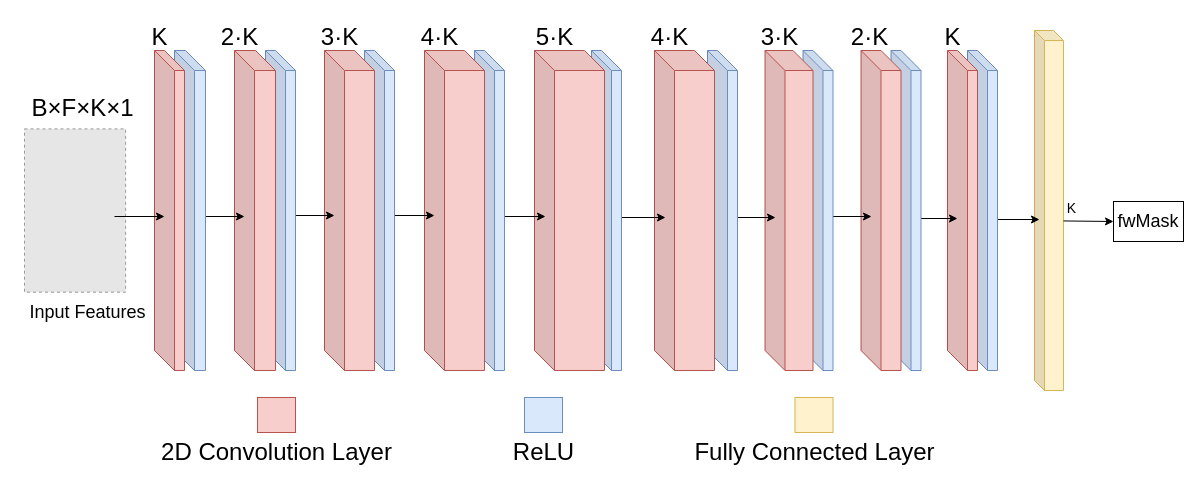
Earlier version of the draw.io diagram page "第 1 页" (1 of 2) of model/未命名绘图.drawio (linan2/A-Convolutional-Recurrent-Neural-Network-for-Real-Time-Speech-Enhancement). Source tidied: cells renumbered, new cells numbered last; positions are measured from the earlier drawing's top-left corner, leaving out a move shared by most shapes. Both pictures are drawn from the tidied source at 100%, with x=0, y=0 at pixel (17, 17). Pictures stored in the file or linked from it are replaced by grey dashed boxes.
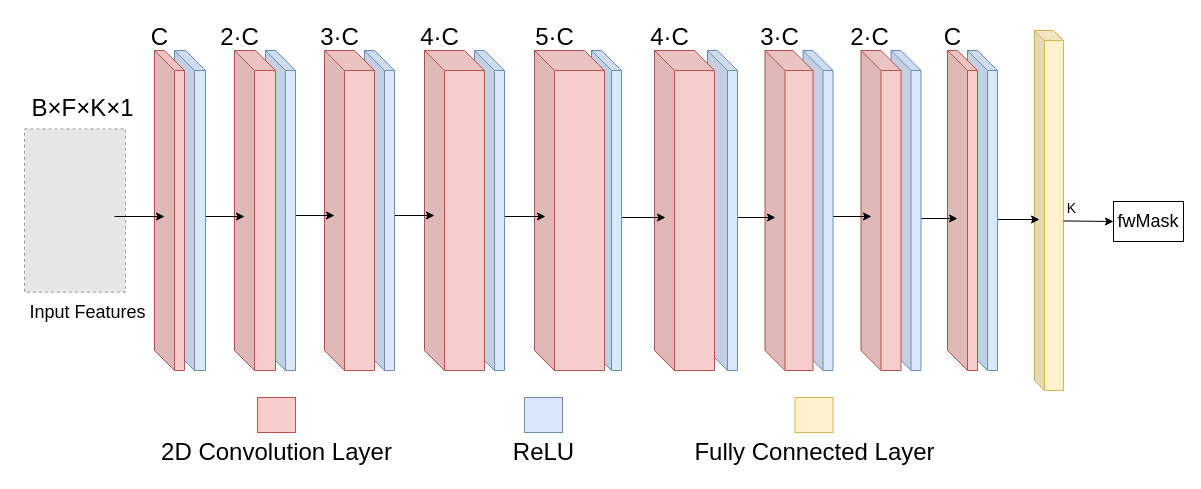
Above is the later version.

Commit message:
更新未命名绘图.drawio

The edit, as a diff of the source:
```diff
@@
-    <mxCell id="37" value="&lt;font style=&quot;font-size: 24px;&quot;&gt;K&lt;/font&gt;" style="text;html=1;align=center;verticalAlign=middle;strokeColor=none;fillColor=none;fontSize=14;" parent="1" vertex="1">
+    <mxCell id="37" value="&lt;font style=&quot;font-size: 24px;&quot;&gt;C&lt;/font&gt;" style="text;html=1;align=center;verticalAlign=middle;strokeColor=none;fillColor=none;fontSize=14;" parent="1" vertex="1">
       <mxGeometry x="122" width="40" height="40" as="geometry" />
     </mxCell>
-    <mxCell id="38" value="&lt;font style=&quot;font-size: 24px;&quot;&gt;2·K&lt;/font&gt;" style="text;html=1;align=center;verticalAlign=middle;strokeColor=none;fillColor=none;fontSize=14;" parent="1" vertex="1">
+    <mxCell id="38" value="&lt;font style=&quot;font-size: 24px;&quot;&gt;2·C&lt;/font&gt;" style="text;html=1;align=center;verticalAlign=middle;strokeColor=none;fillColor=none;fontSize=14;" parent="1" vertex="1">
       <mxGeometry x="192" width="60" height="40" as="geometry" />
     </mxCell>
-    <mxCell id="39" value="&lt;font style=&quot;font-size: 24px;&quot;&gt;3·K&lt;/font&gt;" style="text;html=1;align=center;verticalAlign=middle;strokeColor=none;fillColor=none;fontSize=14;" parent="1" vertex="1">
+    <mxCell id="39" value="&lt;font style=&quot;font-size: 24px;&quot;&gt;3·C&lt;/font&gt;" style="text;html=1;align=center;verticalAlign=middle;strokeColor=none;fillColor=none;fontSize=14;" parent="1" vertex="1">
       <mxGeometry x="292" width="60" height="40" as="geometry" />
     </mxCell>
-    <mxCell id="40" value="&lt;font style=&quot;font-size: 24px;&quot;&gt;4·K&lt;/font&gt;" style="text;html=1;align=center;verticalAlign=middle;strokeColor=none;fillColor=none;fontSize=14;" parent="1" vertex="1">
+    <mxCell id="40" value="&lt;font style=&quot;font-size: 24px;&quot;&gt;4·C&lt;/font&gt;" style="text;html=1;align=center;verticalAlign=middle;strokeColor=none;fillColor=none;fontSize=14;" parent="1" vertex="1">
       <mxGeometry x="392" width="60" height="40" as="geometry" />
     </mxCell>
-    <mxCell id="41" value="&lt;font style=&quot;font-size: 24px;&quot;&gt;5·K&lt;/font&gt;" style="text;html=1;align=center;verticalAlign=middle;strokeColor=none;fillColor=none;fontSize=14;" parent="1" vertex="1">
+    <mxCell id="41" value="&lt;font style=&quot;font-size: 24px;&quot;&gt;5·C&lt;/font&gt;" style="text;html=1;align=center;verticalAlign=middle;strokeColor=none;fillColor=none;fontSize=14;" parent="1" vertex="1">
       <mxGeometry x="507" width="60" height="40" as="geometry" />
     </mxCell>
-    <mxCell id="42" value="&lt;font style=&quot;font-size: 24px;&quot;&gt;4·K&lt;/font&gt;" style="text;html=1;align=center;verticalAlign=middle;strokeColor=none;fillColor=none;fontSize=14;" parent="1" vertex="1">
+    <mxCell id="42" value="&lt;font style=&quot;font-size: 24px;&quot;&gt;4·C&lt;/font&gt;" style="text;html=1;align=center;verticalAlign=middle;strokeColor=none;fillColor=none;fontSize=14;" parent="1" vertex="1">
       <mxGeometry x="622" width="60" height="40" as="geometry" />
     </mxCell>
-    <mxCell id="43" value="&lt;font style=&quot;font-size: 24px;&quot;&gt;3·K&lt;/font&gt;" style="text;html=1;align=center;verticalAlign=middle;strokeColor=none;fillColor=none;fontSize=14;" parent="1" vertex="1">
+    <mxCell id="43" value="&lt;font style=&quot;font-size: 24px;&quot;&gt;3·C&lt;/font&gt;" style="text;html=1;align=center;verticalAlign=middle;strokeColor=none;fillColor=none;fontSize=14;" parent="1" vertex="1">
       <mxGeometry x="732" width="60" height="40" as="geometry" />
     </mxCell>
-    <mxCell id="44" value="&lt;font style=&quot;font-size: 24px;&quot;&gt;2·K&lt;/font&gt;" style="text;html=1;align=center;verticalAlign=middle;strokeColor=none;fillColor=none;fontSize=14;" parent="1" vertex="1">
+    <mxCell id="44" value="&lt;font style=&quot;font-size: 24px;&quot;&gt;2·C&lt;/font&gt;" style="text;html=1;align=center;verticalAlign=middle;strokeColor=none;fillColor=none;fontSize=14;" parent="1" vertex="1">
       <mxGeometry x="822" width="60" height="40" as="geometry" />
     </mxCell>
-    <mxCell id="45" value="&lt;font style=&quot;font-size: 24px;&quot;&gt;K&lt;/font&gt;" style="text;html=1;align=center;verticalAlign=middle;strokeColor=none;fillColor=none;fontSize=14;" parent="1" vertex="1">
+    <mxCell id="45" value="&lt;span style=&quot;font-size: 24px;&quot;&gt;C&lt;/span&gt;" style="text;html=1;align=center;verticalAlign=middle;strokeColor=none;fillColor=none;fontSize=14;" parent="1" vertex="1">
       <mxGeometry x="915" width="40" height="40" as="geometry" />
     </mxCell>
```
